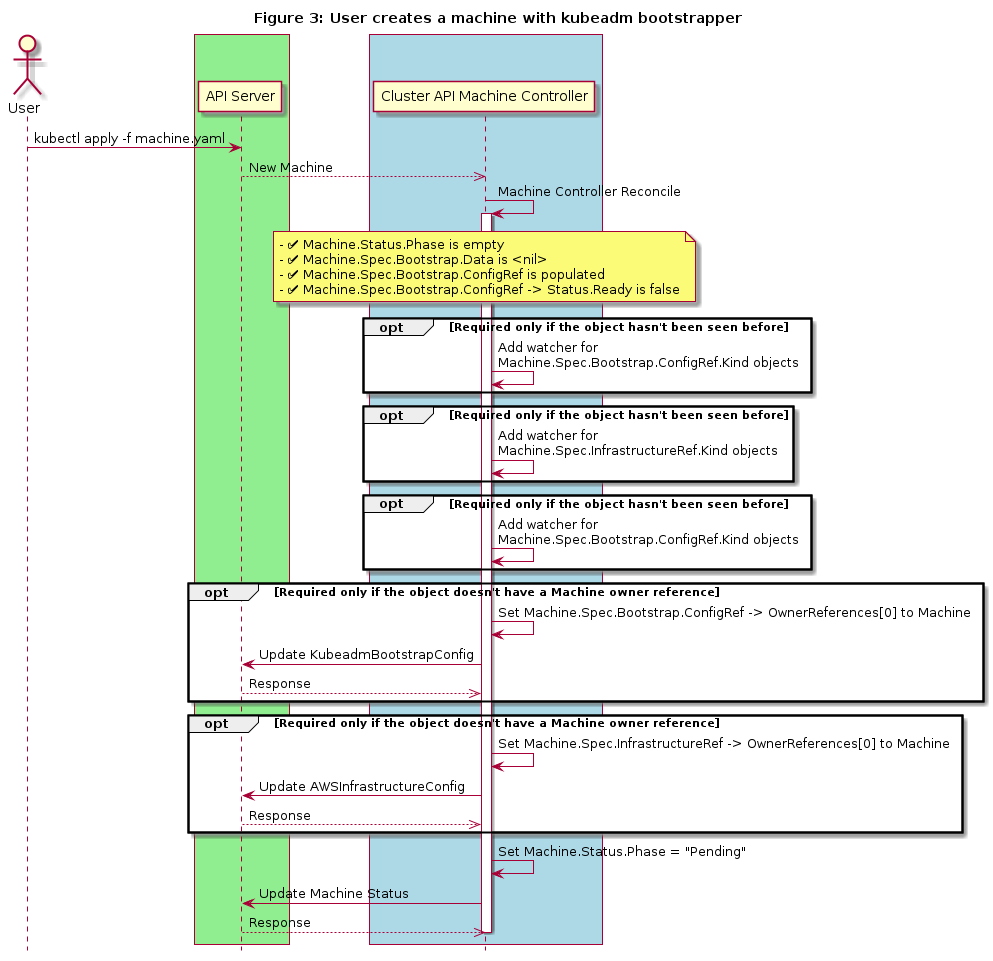
kubernetes-sigs/cluster-api keeps this PlantUML diagram as docs/proposals/images/machine-states-preboot/Figure3.png. Above is the earlier version.
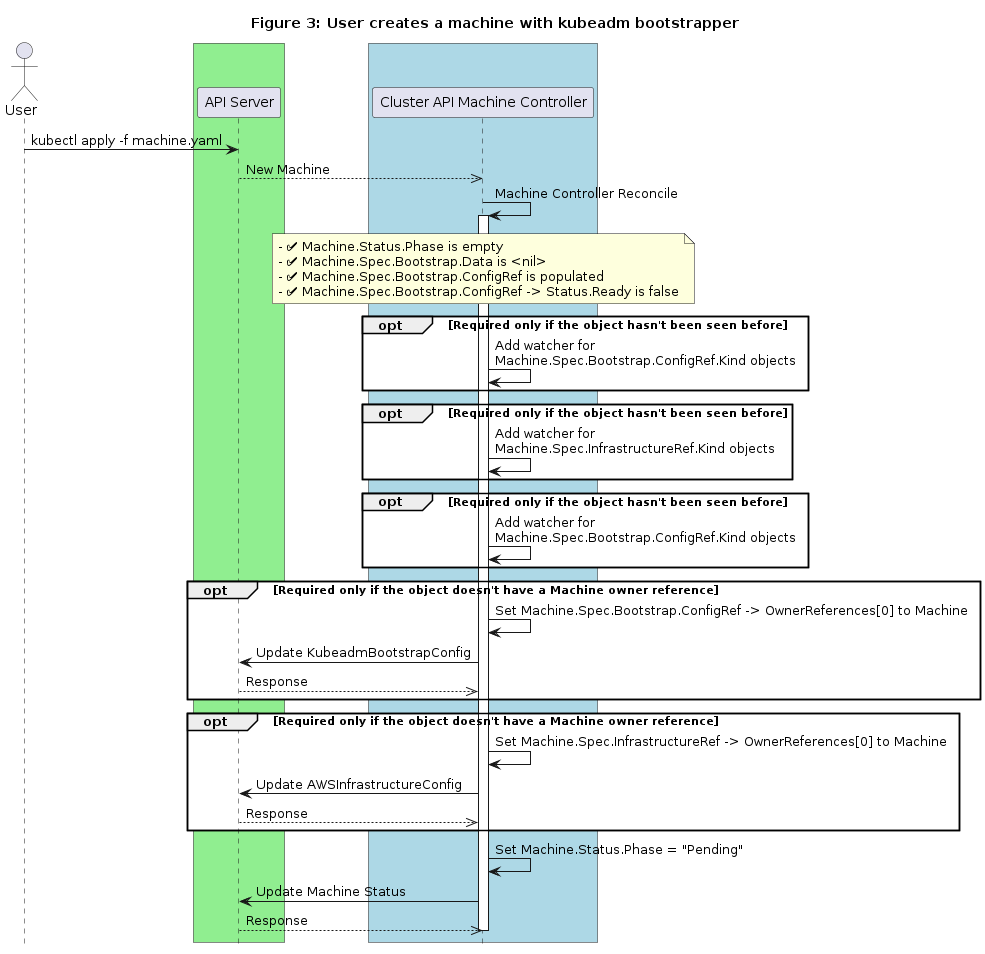
Above is the later version.

Diff of the diagram source:
```diff
@@ -21,25 +21,25 @@
 
 note over "Cluster API Machine Controller": - ✅ Machine.Status.Phase is empty\n- ✅ Machine.Spec.Bootstrap.Data is <nil>\n- ✅ Machine.Spec.Bootstrap.ConfigRef is populated\n- ✅ Machine.Spec.Bootstrap.ConfigRef -> Status.Ready is false
 
-opt Required only if the object hasn't been seen before
+opt #white Required only if the object hasn't been seen before
 "Cluster API Machine Controller"-> "Cluster API Machine Controller":Add watcher for \nMachine.Spec.Bootstrap.ConfigRef.Kind objects
 end
 
-opt Required only if the object hasn't been seen before
+opt #white Required only if the object hasn't been seen before
 "Cluster API Machine Controller"-> "Cluster API Machine Controller":Add watcher for \nMachine.Spec.InfrastructureRef.Kind objects
 end
 
-opt Required only if the object hasn't been seen before
+opt #white Required only if the object hasn't been seen before
 "Cluster API Machine Controller"-> "Cluster API Machine Controller":Add watcher for \nMachine.Spec.Bootstrap.ConfigRef.Kind objects
 end
 
-opt Required only if the object doesn't have a Machine owner reference
+opt #white Required only if the object doesn't have a Machine owner reference
 "Cluster API Machine Controller"-> "Cluster API Machine Controller":Set Machine.Spec.Bootstrap.ConfigRef -> OwnerReferences[0] to Machine
 "Cluster API Machine Controller"->"API Server": Update KubeadmBootstrapConfig
 "Cluster API Machine Controller"<<--"API Server": Response
 end
 
-opt Required only if the object doesn't have a Machine owner reference
+opt #white Required only if the object doesn't have a Machine owner reference
 "Cluster API Machine Controller"-> "Cluster API Machine Controller":Set Machine.Spec.InfrastructureRef -> OwnerReferences[0] to Machine
 "Cluster API Machine Controller"->"API Server": Update AWSInfrastructureConfig
 "Cluster API Machine Controller"<<--"API Server": Response
```
